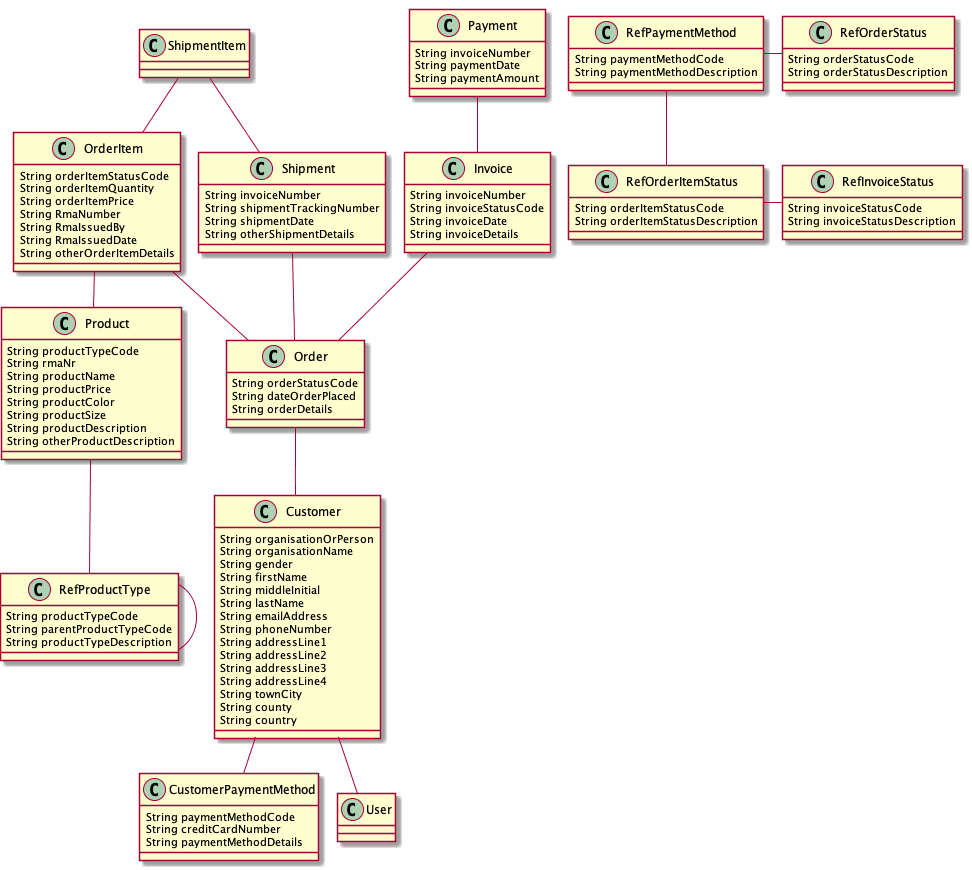
This is model/e_commerce.png from jesshaw/testapp, a PlantUML export, as it was before one commit.
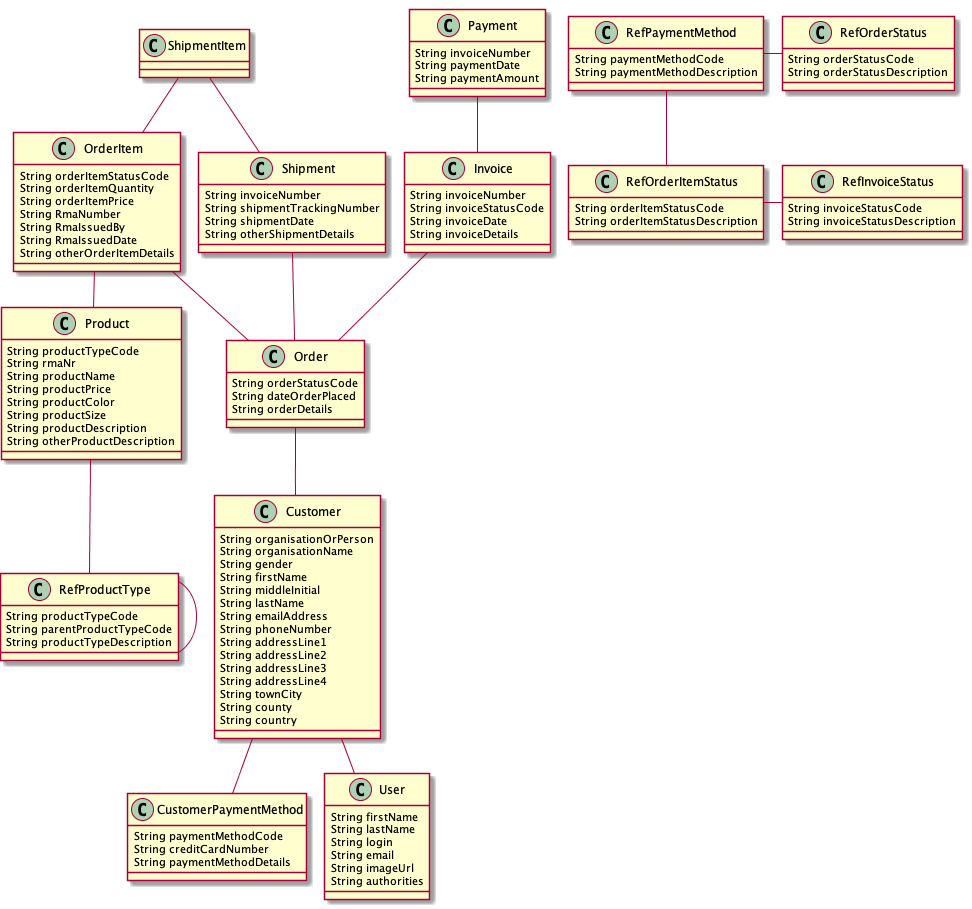
Later version of the same file.

What changed in the source:
```diff
@@ -100,5 +100,11 @@
 	Product  "productTypeId 0..* " o-- "0..1 "  RefProductType
 	RefProductType  "parentProductTypeId 0..* " o-- "0..1 "  RefProductType
 	class User  {
+		String firstName
+		String lastName
+		String login
+		String email
+		String imageUrl
+		String authorities
 	}
 @enduml
```
